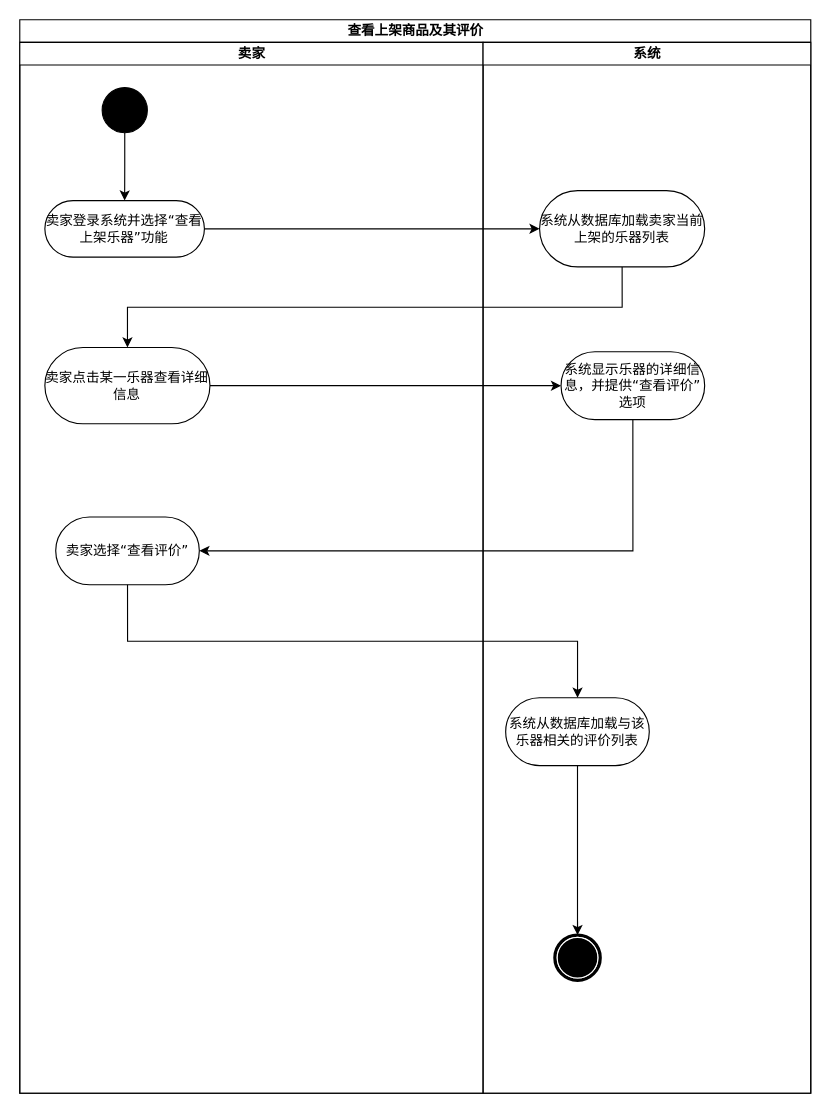
Above: page "功能建模" (1 of 2) of 文档/需求分析规约文档/三种建模/20查看上架商品及其评价用例建模.drawio in w1ntercube/TJ-SE-Design (draw.io), before the change. Source tidied: cells renumbered, new cells numbered last; positions are measured from the earlier drawing's top-left corner, leaving out a move shared by most shapes. Both pictures are drawn from the tidied source at 113%, with x=0, y=0 at pixel (19, 19).
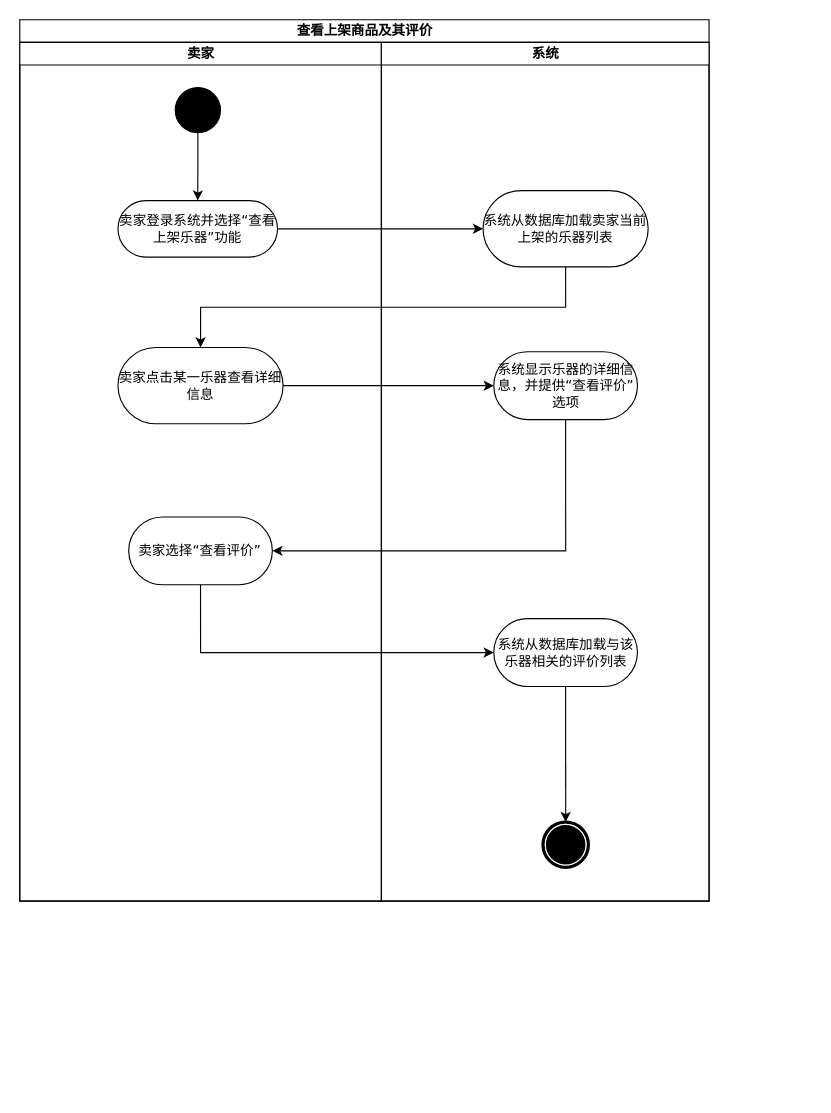
The same page after the edit.

Diff of the diagram source:
```diff
@@
     <mxCell id="2" value="查看上架商品及其评价" style="swimlane;html=1;startSize=20;rounded=0;shadow=0;comic=0;labelBackgroundColor=none;strokeWidth=1;fontFamily=Verdana;fontSize=12;align=center;" parent="1" vertex="1">
-      <mxGeometry width="700" height="950" as="geometry" />
+      <mxGeometry width="610" height="780" as="geometry" />
     </mxCell>
     <mxCell id="3" value="卖家" style="swimlane;html=1;startSize=20;" parent="2" vertex="1">
-      <mxGeometry y="20" width="410" height="930" as="geometry" />
+      <mxGeometry y="20" width="320" height="760" as="geometry" />
     </mxCell>
     <mxCell id="4" value="卖家登录系统并选择“查看上架乐器”功能" style="rounded=1;whiteSpace=wrap;html=1;shadow=0;comic=0;labelBackgroundColor=none;strokeWidth=1;fontFamily=Verdana;fontSize=12;align=center;arcSize=50;" parent="3" vertex="1">
-      <mxGeometry x="22.2" y="140" width="141.2" height="50" as="geometry" />
+      <mxGeometry x="86.9" y="140" width="141.2" height="50" as="geometry" />
     </mxCell>
@@
     <mxCell id="6" style="ellipse;whiteSpace=wrap;html=1;rounded=0;shadow=0;comic=0;labelBackgroundColor=none;strokeWidth=1;fillColor=#000000;fontFamily=Verdana;fontSize=12;align=center;" parent="3" vertex="1">
-      <mxGeometry x="72.9" y="40" width="40" height="40" as="geometry" />
+      <mxGeometry x="137.6" y="40" width="40" height="40" as="geometry" />
     </mxCell>
+    <mxCell id="13" value="卖家选择“查看评价”" style="whiteSpace=wrap;html=1;fontFamily=Verdana;rounded=1;shadow=0;comic=0;labelBackgroundColor=none;strokeWidth=1;arcSize=50;" parent="3" vertex="1">
+      <mxGeometry x="96.4" y="420" width="127.1" height="60" as="geometry" />
+    </mxCell>
+    <mxCell id="18" value="卖家点击某一乐器查看详细信息" style="whiteSpace=wrap;html=1;fontFamily=Verdana;rounded=1;shadow=0;comic=0;labelBackgroundColor=none;strokeWidth=1;arcSize=50;" parent="3" vertex="1">
+      <mxGeometry x="86.9" y="270" width="146.1" height="67.5" as="geometry" />
+    </mxCell>
-    <mxCell id="7" value="系统" style="swimlane;html=1;startSize=20;" parent="3" vertex="1">
-      <mxGeometry x="410" width="290" height="930" as="geometry" />
+    <mxCell id="7" value="系统" style="swimlane;html=1;startSize=20;" parent="1" vertex="1">
+      <mxGeometry x="320" y="20" width="290" height="760" as="geometry" />
     </mxCell>
     <mxCell id="8" value="系统从数据库加载卖家当前上架的乐器列表" style="whiteSpace=wrap;html=1;fontFamily=Verdana;rounded=1;shadow=0;comic=0;labelBackgroundColor=none;strokeWidth=1;arcSize=50;" parent="7" vertex="1">
-      <mxGeometry x="50" y="131.2" width="146.1" height="67.5" as="geometry" />
+      <mxGeometry x="90" y="131.2" width="146.1" height="67.5" as="geometry" />
     </mxCell>
     <mxCell id="9" value="系统从数据库加载与该乐器相关的评价列表" style="whiteSpace=wrap;html=1;fontFamily=Verdana;rounded=1;shadow=0;comic=0;labelBackgroundColor=none;strokeWidth=1;arcSize=50;" parent="7" vertex="1">
-      <mxGeometry x="20" y="580" width="127.1" height="60" as="geometry" />
+      <mxGeometry x="99.5" y="510" width="127.1" height="60" as="geometry" />
     </mxCell>
     <mxCell id="10" value="系统显示乐器的详细信息，并提供“查看评价”选项" style="whiteSpace=wrap;html=1;fontFamily=Verdana;rounded=1;shadow=0;comic=0;labelBackgroundColor=none;strokeWidth=1;arcSize=50;" parent="7" vertex="1">
-      <mxGeometry x="69" y="273.8" width="127.1" height="60" as="geometry" />
+      <mxGeometry x="99.5" y="273.8" width="127.1" height="60" as="geometry" />
     </mxCell>
     <mxCell id="11" style="shape=mxgraph.bpmn.shape;html=1;verticalLabelPosition=bottom;labelBackgroundColor=#ffffff;verticalAlign=top;perimeter=ellipsePerimeter;outline=end;symbol=terminate;rounded=0;shadow=0;comic=0;strokeWidth=1;fontFamily=Verdana;fontSize=12;align=center;" parent="7" vertex="1">
-      <mxGeometry x="63.6" y="790" width="40" height="40" as="geometry" />
+      <mxGeometry x="143.1" y="690" width="40" height="40" as="geometry" />
     </mxCell>
@@
-    <mxCell id="13" value="卖家选择“查看评价”" style="whiteSpace=wrap;html=1;fontFamily=Verdana;rounded=1;shadow=0;comic=0;labelBackgroundColor=none;strokeWidth=1;arcSize=50;" parent="3" vertex="1">
-      <mxGeometry x="31.8" y="420" width="127.1" height="60" as="geometry" />
-    </mxCell>
-    <mxCell id="14" style="edgeStyle=orthogonalEdgeStyle;rounded=0;jettySize=auto;html=1;exitX=0.5;exitY=1;exitDx=0;exitDy=0;" parent="3" edge="1" source="13" target="9">
-      <mxGeometry relative="1" as="geometry" />
-    </mxCell>
-    <mxCell id="15" style="edgeStyle=orthogonalEdgeStyle;rounded=0;jettySize=auto;html=1;exitX=0.5;exitY=1;exitDx=0;exitDy=0;" parent="3" edge="1" source="8" target="18">
+    <mxCell id="15" style="edgeStyle=orthogonalEdgeStyle;rounded=0;jettySize=auto;html=1;exitX=0.5;exitY=1;exitDx=0;exitDy=0;" parent="1" edge="1" source="8" target="18">
       <mxGeometry relative="1" as="geometry" />
     </mxCell>
-    <mxCell id="16" style="edgeStyle=orthogonalEdgeStyle;rounded=0;jettySize=auto;html=1;" parent="3" edge="1" source="4" target="8">
+    <mxCell id="16" style="edgeStyle=orthogonalEdgeStyle;rounded=0;jettySize=auto;html=1;" parent="1" edge="1" source="4" target="8">
       <mxGeometry relative="1" as="geometry" />
     </mxCell>
+    <mxCell id="14" style="edgeStyle=orthogonalEdgeStyle;rounded=0;jettySize=auto;html=1;exitX=0.5;exitY=1;exitDx=0;exitDy=0;entryX=0;entryY=0.5;entryDx=0;entryDy=0;" parent="1" edge="1" source="13" target="9">
+      <mxGeometry relative="1" as="geometry">
+        <Array as="points">
+          <mxPoint x="160" y="560" />
+        </Array>
+      </mxGeometry>
+    </mxCell>
-    <mxCell id="17" style="edgeStyle=orthogonalEdgeStyle;rounded=0;jettySize=auto;html=1;exitX=1;exitY=0.5;exitDx=0;exitDy=0;entryX=0;entryY=0.5;entryDx=0;entryDy=0;" parent="3" edge="1" source="18" target="10">
+    <mxCell id="17" style="edgeStyle=orthogonalEdgeStyle;rounded=0;jettySize=auto;html=1;exitX=1;exitY=0.5;exitDx=0;exitDy=0;entryX=0;entryY=0.5;entryDx=0;entryDy=0;" parent="1" edge="1" source="18" target="10">
       <mxGeometry relative="1" as="geometry" />
     </mxCell>
-    <mxCell id="18" value="卖家点击某一乐器查看详细信息" style="whiteSpace=wrap;html=1;fontFamily=Verdana;rounded=1;shadow=0;comic=0;labelBackgroundColor=none;strokeWidth=1;arcSize=50;" parent="3" vertex="1">
-      <mxGeometry x="22.2" y="270" width="146.1" height="67.5" as="geometry" />
-    </mxCell>
-    <mxCell id="19" style="edgeStyle=orthogonalEdgeStyle;rounded=0;jettySize=auto;html=1;exitX=0.5;exitY=1;exitDx=0;exitDy=0;entryX=1;entryY=0.5;entryDx=0;entryDy=0;" parent="3" edge="1" source="10" target="13">
+    <mxCell id="19" style="edgeStyle=orthogonalEdgeStyle;rounded=0;jettySize=auto;html=1;exitX=0.5;exitY=1;exitDx=0;exitDy=0;entryX=1;entryY=0.5;entryDx=0;entryDy=0;" parent="1" edge="1" source="10" target="13">
       <mxGeometry relative="1" as="geometry" />
     </mxCell>
```
